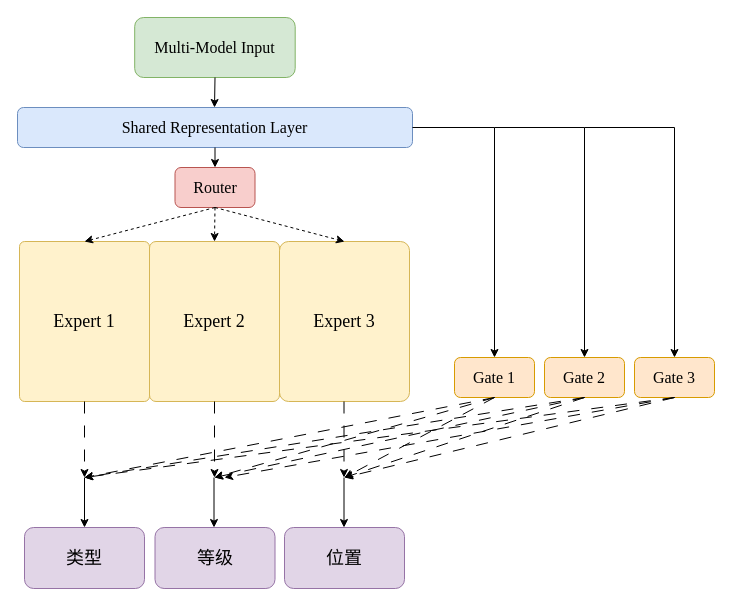
Before: RockBurstLLM.drawio in hzb29/hzb29, a draw.io diagram. Source tidied: cells renumbered, new cells numbered last; positions are measured from the earlier drawing's top-left corner, leaving out a move shared by most shapes. Both pictures are drawn from the tidied source at 100%, with x=0, y=0 at pixel (17, 17).
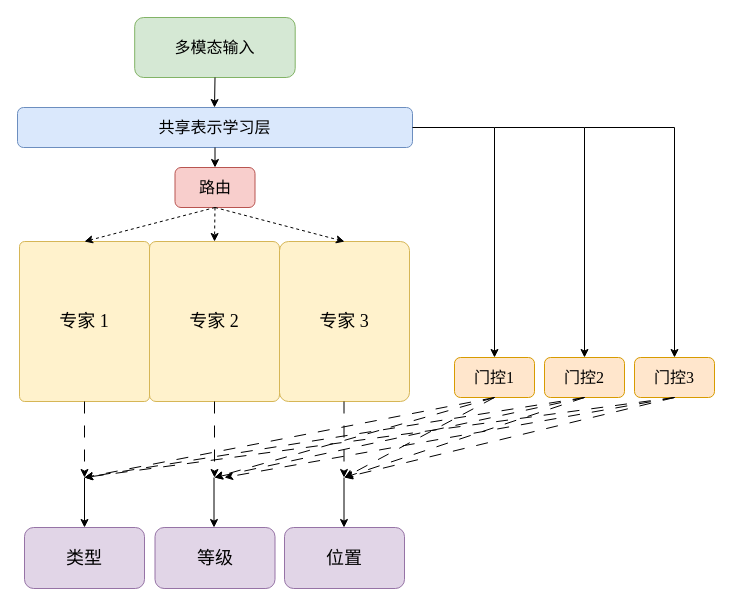
After the change.

Diff of the diagram source:
```diff
@@
-    <mxCell id="2" value="&lt;font size=&quot;3&quot; face=&quot;Times New Roman&quot;&gt;Shared Representation Layer&lt;/font&gt;" style="rounded=1;whiteSpace=wrap;html=1;fillColor=#dae8fc;strokeColor=#6c8ebf;" parent="1" vertex="1">
+    <mxCell id="2" value="&lt;font size=&quot;3&quot; face=&quot;Times New Roman&quot;&gt;共享表示学习层&lt;/font&gt;" style="rounded=1;whiteSpace=wrap;html=1;fillColor=#dae8fc;strokeColor=#6c8ebf;" parent="1" vertex="1">
       <mxGeometry y="90" width="395" height="40" as="geometry" />
     </mxCell>
-    <mxCell id="3" value="&lt;font face=&quot;Times New Roman&quot; style=&quot;font-size: 18px;&quot;&gt;Expert 1&lt;/font&gt;" style="rounded=1;whiteSpace=wrap;html=1;fillColor=#fff2cc;strokeColor=#d6b656;arcSize=4;" parent="1" vertex="1">
+    <mxCell id="3" value="&lt;font face=&quot;Times New Roman&quot; style=&quot;font-size: 18px;&quot;&gt;专家 1&lt;/font&gt;" style="rounded=1;whiteSpace=wrap;html=1;fillColor=#fff2cc;strokeColor=#d6b656;arcSize=4;" parent="1" vertex="1">
       <mxGeometry x="2" y="224" width="130" height="160" as="geometry" />
     </mxCell>
-    <mxCell id="4" value="&lt;font face=&quot;Times New Roman&quot; style=&quot;font-size: 18px;&quot;&gt;Expert 2&lt;/font&gt;" style="rounded=1;whiteSpace=wrap;html=1;fillColor=#fff2cc;strokeColor=#d6b656;arcSize=5;" parent="1" vertex="1">
+    <mxCell id="4" value="&lt;font face=&quot;Times New Roman&quot; style=&quot;font-size: 18px;&quot;&gt;专家 2&lt;/font&gt;" style="rounded=1;whiteSpace=wrap;html=1;fillColor=#fff2cc;strokeColor=#d6b656;arcSize=5;" parent="1" vertex="1">
       <mxGeometry x="132" y="224" width="130" height="160" as="geometry" />
     </mxCell>
-    <mxCell id="5" value="&lt;span style=&quot;font-family: &amp;quot;Times New Roman&amp;quot;; font-size: 18px;&quot;&gt;Expert 3&lt;/span&gt;" style="rounded=1;whiteSpace=wrap;html=1;fillColor=#fff2cc;strokeColor=#d6b656;arcSize=7;" parent="1" vertex="1">
+    <mxCell id="5" value="&lt;span style=&quot;font-family: &amp;quot;Times New Roman&amp;quot;; font-size: 18px;&quot;&gt;专家 3&lt;/span&gt;" style="rounded=1;whiteSpace=wrap;html=1;fillColor=#fff2cc;strokeColor=#d6b656;arcSize=7;" parent="1" vertex="1">
       <mxGeometry x="262" y="224" width="130" height="160" as="geometry" />
     </mxCell>
-    <mxCell id="6" value="&lt;font style=&quot;font-size: 16px;&quot; face=&quot;Times New Roman&quot;&gt;Multi-Model Input&lt;/font&gt;" style="rounded=1;whiteSpace=wrap;html=1;fillColor=#d5e8d4;strokeColor=#82b366;" parent="1" vertex="1">
+    <mxCell id="6" value="&lt;font size=&quot;3&quot; face=&quot;Times New Roman&quot;&gt;多模态输入&lt;/font&gt;" style="rounded=1;whiteSpace=wrap;html=1;fillColor=#d5e8d4;strokeColor=#82b366;" parent="1" vertex="1">
       <mxGeometry x="117.2" width="160.5" height="60" as="geometry" />
     </mxCell>
@@
-    <mxCell id="8" value="&lt;font size=&quot;3&quot; face=&quot;Times New Roman&quot;&gt;Router&lt;/font&gt;" style="rounded=1;whiteSpace=wrap;html=1;fillColor=#f8cecc;strokeColor=#b85450;" parent="1" vertex="1">
+    <mxCell id="8" value="&lt;font size=&quot;3&quot; face=&quot;Times New Roman&quot;&gt;路由&lt;/font&gt;" style="rounded=1;whiteSpace=wrap;html=1;fillColor=#f8cecc;strokeColor=#b85450;" parent="1" vertex="1">
       <mxGeometry x="157.5" y="150" width="80" height="40" as="geometry" />
     </mxCell>
@@
-    <mxCell id="16" value="&lt;font size=&quot;3&quot; face=&quot;Times New Roman&quot;&gt;Gate 1&lt;/font&gt;" style="rounded=1;whiteSpace=wrap;html=1;fillColor=#ffe6cc;strokeColor=#d79b00;" parent="1" vertex="1">
+    <mxCell id="16" value="&lt;font size=&quot;3&quot; face=&quot;Times New Roman&quot;&gt;门控1&lt;/font&gt;" style="rounded=1;whiteSpace=wrap;html=1;fillColor=#ffe6cc;strokeColor=#d79b00;" parent="1" vertex="1">
       <mxGeometry x="437" y="340" width="80" height="40" as="geometry" />
     </mxCell>
-    <mxCell id="17" value="&lt;font size=&quot;3&quot; face=&quot;Times New Roman&quot;&gt;Gate 2&lt;/font&gt;" style="rounded=1;whiteSpace=wrap;html=1;fillColor=#ffe6cc;strokeColor=#d79b00;" parent="1" vertex="1">
+    <mxCell id="17" value="&lt;font size=&quot;3&quot; face=&quot;Times New Roman&quot;&gt;门控2&lt;/font&gt;" style="rounded=1;whiteSpace=wrap;html=1;fillColor=#ffe6cc;strokeColor=#d79b00;" parent="1" vertex="1">
       <mxGeometry x="527" y="340" width="80" height="40" as="geometry" />
     </mxCell>
-    <mxCell id="18" value="&lt;font size=&quot;3&quot; face=&quot;Times New Roman&quot;&gt;Gate 3&lt;/font&gt;" style="rounded=1;whiteSpace=wrap;html=1;fillColor=#ffe6cc;strokeColor=#d79b00;" parent="1" vertex="1">
+    <mxCell id="18" value="&lt;font size=&quot;3&quot; face=&quot;Times New Roman&quot;&gt;门控3&lt;/font&gt;" style="rounded=1;whiteSpace=wrap;html=1;fillColor=#ffe6cc;strokeColor=#d79b00;" parent="1" vertex="1">
       <mxGeometry x="617" y="340" width="80" height="40" as="geometry" />
     </mxCell>
```
